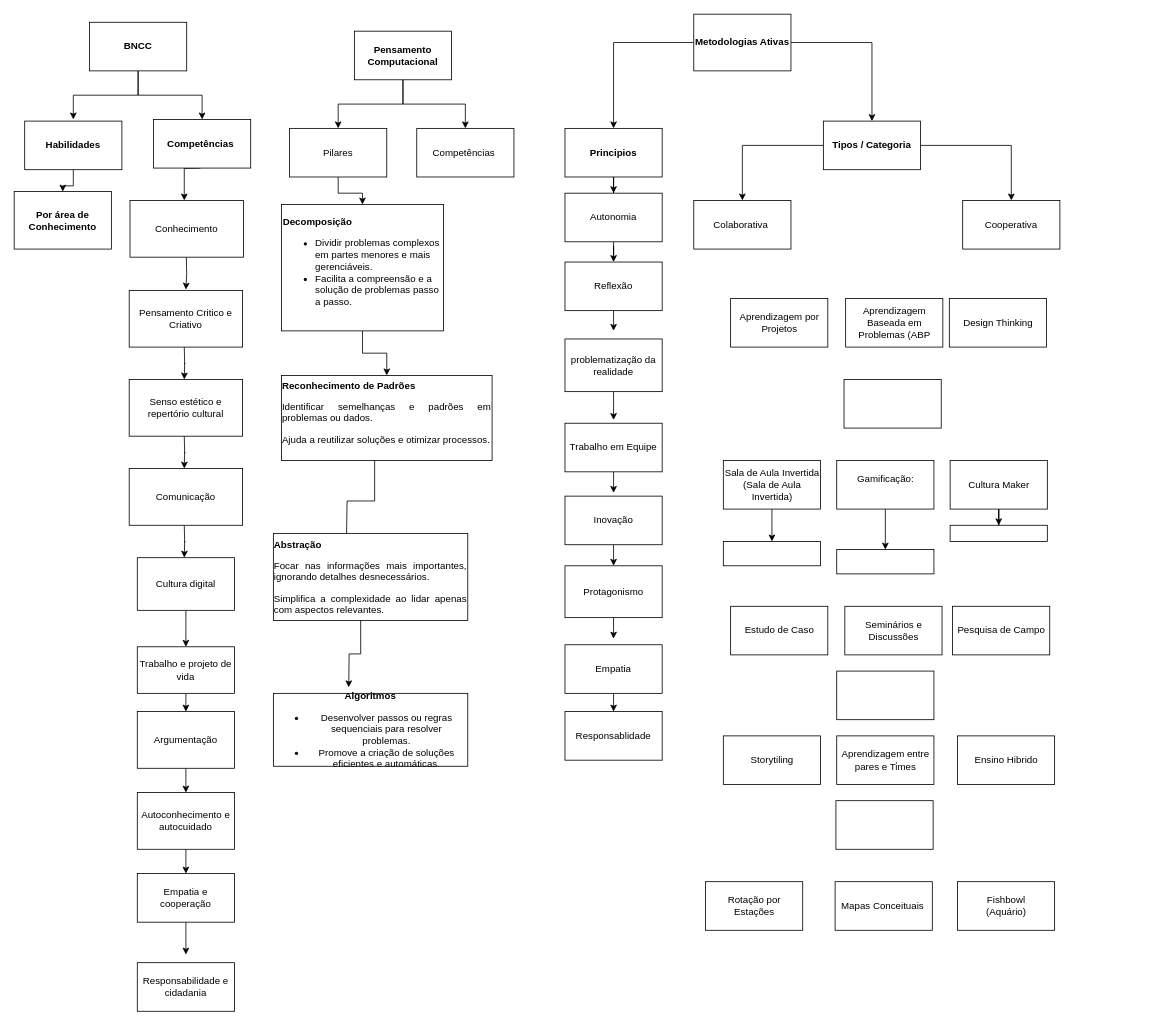
This is page "Página-1" (1 of 2) of Diagrama sem nome.drawio from RosianeSangali/RosianeSangali, a draw.io file, before an edit. Source tidied: cells renumbered, new cells numbered last; positions are measured from the earlier drawing's top-left corner, leaving out a move shared by most shapes. Both pictures are drawn from the tidied source at 81%, with x=0, y=0 at pixel (14, 14).
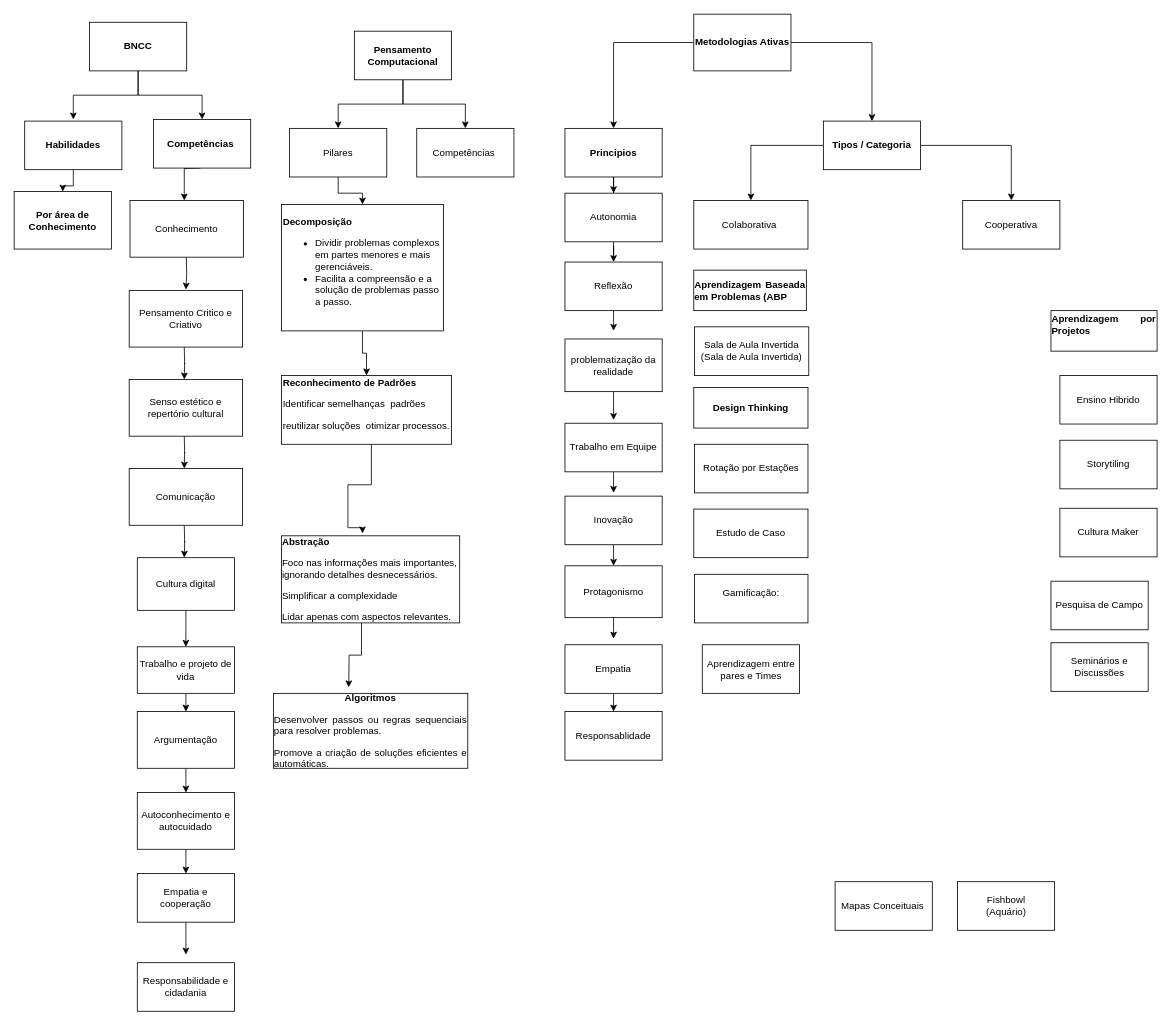
The same diagram, later.

Diff of the diagram source:
```diff
@@
-    <mxCell id="8" value="Aprendizagem Baseada em Problemas (ABP" style="rounded=0;whiteSpace=wrap;html=1;" parent="1" vertex="1">
-      <mxGeometry x="1026.5" y="351" width="120" height="60" as="geometry" />
+    <mxCell id="8" value="&lt;div style=&quot;text-align: justify;&quot;&gt;&lt;b style=&quot;background-color: initial;&quot;&gt;Aprendizagem Baseada em Problemas (ABP&lt;/b&gt;&lt;/div&gt;" style="rounded=0;whiteSpace=wrap;html=1;" parent="1" vertex="1">
+      <mxGeometry x="839" y="316" width="139" height="50" as="geometry" />
     </mxCell>
-    <mxCell id="9" value="Aprendizagem por Projetos" style="rounded=0;whiteSpace=wrap;html=1;" parent="1" vertex="1">
-      <mxGeometry x="884.5" y="351" width="120" height="60" as="geometry" />
+    <mxCell id="9" value="&lt;div style=&quot;text-align: justify;&quot;&gt;&lt;b style=&quot;background-color: initial;&quot;&gt;Aprendizagem por Projetos&lt;/b&gt;&lt;/div&gt;&lt;div style=&quot;text-align: justify;&quot;&gt;&lt;b&gt;&lt;br&gt;&lt;/b&gt;&lt;/div&gt;" style="rounded=0;whiteSpace=wrap;html=1;" parent="1" vertex="1">
+      <mxGeometry x="1280" y="366" width="131" height="50" as="geometry" />
     </mxCell>
-    <mxCell id="10" style="edgeStyle=orthogonalEdgeStyle;rounded=0;jettySize=auto;html=1;" parent="1" edge="1" source="11" target="89">
-      <mxGeometry relative="1" as="geometry">
-        <Array as="points">
-          <mxPoint x="930" y="651" />
-          <mxPoint x="930" y="651" />
-        </Array>
-      </mxGeometry>
-    </mxCell>
     <mxCell id="11" value="Sala de Aula Invertida (Sala de Aula Invertida)" style="rounded=0;whiteSpace=wrap;html=1;" parent="1" vertex="1">
-      <mxGeometry x="875.5" y="551" width="120" height="60" as="geometry" />
+      <mxGeometry x="840" y="386" width="141" height="60" as="geometry" />
     </mxCell>
-    <mxCell id="12" style="edgeStyle=orthogonalEdgeStyle;rounded=0;jettySize=auto;html=1;" parent="1" edge="1" source="13" target="22">
-      <mxGeometry relative="1" as="geometry" />
-    </mxCell>
     <mxCell id="13" value="&#10;Gamificação:&#10;&#10;" style="rounded=0;whiteSpace=wrap;html=1;" parent="1" vertex="1">
-      <mxGeometry x="1015.5" y="551" width="120" height="60" as="geometry" />
+      <mxGeometry x="840" y="691.5" width="140" height="60" as="geometry" />
     </mxCell>
-    <mxCell id="14" value="Design Thinking" style="rounded=0;whiteSpace=wrap;html=1;" parent="1" vertex="1">
-      <mxGeometry x="1154.5" y="351" width="120" height="60" as="geometry" />
+    <mxCell id="14" value="&lt;div style=&quot;text-align: justify;&quot;&gt;&lt;b style=&quot;background-color: initial;&quot;&gt;Design Thinking&lt;/b&gt;&lt;/div&gt;" style="rounded=0;whiteSpace=wrap;html=1;" parent="1" vertex="1">
+      <mxGeometry x="839" y="461" width="141" height="50" as="geometry" />
     </mxCell>
-    <mxCell id="15" style="edgeStyle=orthogonalEdgeStyle;rounded=0;jettySize=auto;html=1;" parent="1" edge="1" source="16" target="90">
-      <mxGeometry relative="1" as="geometry" />
-    </mxCell>
     <mxCell id="16" value="Cultura Maker" style="rounded=0;whiteSpace=wrap;html=1;" parent="1" vertex="1">
-      <mxGeometry x="1155.5" y="551" width="120" height="60" as="geometry" />
+      <mxGeometry x="1291" y="610" width="120" height="60" as="geometry" />
     </mxCell>
@@
-    <mxCell id="20" style="rounded=0;whiteSpace=wrap;html=1;" parent="1" vertex="1">
-      <mxGeometry x="1024.5" y="451" width="120" height="60" as="geometry" />
-    </mxCell>
     <mxCell id="21" value="Estudo de Caso" style="rounded=0;whiteSpace=wrap;html=1;" parent="1" vertex="1">
-      <mxGeometry x="884.5" y="731" width="120" height="60" as="geometry" />
+      <mxGeometry x="839" y="611" width="141" height="60" as="geometry" />
     </mxCell>
-    <mxCell id="22" style="rounded=0;whiteSpace=wrap;html=1;" parent="1" vertex="1">
-      <mxGeometry x="1015.5" y="661" width="120" height="30" as="geometry" />
-    </mxCell>
     <mxCell id="23" value="Seminários e Discussões" style="rounded=0;whiteSpace=wrap;html=1;" parent="1" vertex="1">
-      <mxGeometry x="1025.5" y="731" width="120" height="60" as="geometry" />
+      <mxGeometry x="1280" y="776" width="120" height="60" as="geometry" />
     </mxCell>
     <mxCell id="24" value="Pesquisa de Campo" style="rounded=0;whiteSpace=wrap;html=1;" parent="1" vertex="1">
-      <mxGeometry x="1158.5" y="731" width="120" height="60" as="geometry" />
+      <mxGeometry x="1280" y="700" width="120" height="60" as="geometry" />
     </mxCell>
-    <mxCell id="25" style="rounded=0;whiteSpace=wrap;html=1;" parent="1" vertex="1">
-      <mxGeometry x="1015.5" y="811" width="120" height="60" as="geometry" />
-    </mxCell>
     <mxCell id="26" value="Storytiling" style="rounded=0;whiteSpace=wrap;html=1;" parent="1" vertex="1">
-      <mxGeometry x="875.5" y="891" width="120" height="60" as="geometry" />
+      <mxGeometry x="1291" y="526" width="120" height="60" as="geometry" />
     </mxCell>
     <mxCell id="27" value="Aprendizagem entre pares e Times" style="rounded=0;whiteSpace=wrap;html=1;" parent="1" vertex="1">
-      <mxGeometry x="1015.5" y="891" width="120" height="60" as="geometry" />
+      <mxGeometry x="849.5" y="778.5" width="120" height="60" as="geometry" />
     </mxCell>
     <mxCell id="28" value="Ensino Hibrido" style="rounded=0;whiteSpace=wrap;html=1;" parent="1" vertex="1">
-      <mxGeometry x="1164.5" y="891" width="120" height="60" as="geometry" />
+      <mxGeometry x="1291" y="446" width="120" height="60" as="geometry" />
     </mxCell>
-    <mxCell id="29" style="rounded=0;whiteSpace=wrap;html=1;" parent="1" vertex="1">
-      <mxGeometry x="1014.5" y="971" width="120" height="60" as="geometry" />
-    </mxCell>
     <mxCell id="30" value="Rotação por Estações" style="rounded=0;whiteSpace=wrap;html=1;" parent="1" vertex="1">
-      <mxGeometry x="853.5" y="1071" width="120" height="60" as="geometry" />
+      <mxGeometry x="840" y="531" width="140" height="60" as="geometry" />
     </mxCell>
@@
-    <mxCell id="61" style="edgeStyle=orthogonalEdgeStyle;rounded=0;jettySize=auto;html=1;" parent="1" edge="1" source="62">
+    <mxCell id="61" style="edgeStyle=orthogonalEdgeStyle;rounded=0;orthogonalLoop=1;jettySize=auto;html=1;" parent="1" edge="1">
       <mxGeometry relative="1" as="geometry">
-        <mxPoint x="410" y="666" as="targetPoint" />
+        <mxPoint x="441" y="511" as="sourcePoint" />
+        <mxPoint x="430" y="641" as="targetPoint" />
         <Array as="points">
-          <mxPoint x="445" y="601" />
-          <mxPoint x="411" y="601" />
+          <mxPoint x="441" y="581" />
+          <mxPoint x="412" y="581" />
+          <mxPoint x="412" y="634" />
         </Array>
       </mxGeometry>
     </mxCell>
-    <mxCell id="62" value="&lt;div style=&quot;text-align: justify;&quot;&gt;&lt;br&gt;&lt;/div&gt;&lt;p style=&quot;text-align: justify;&quot;&gt;&lt;strong&gt;Reconhecimento de Padrões&lt;/strong&gt;&lt;/p&gt;&lt;p style=&quot;text-align: justify;&quot;&gt;&lt;span style=&quot;background-color: initial;&quot;&gt;Identificar semelhanças e padrões em problemas ou dados.&lt;/span&gt;&lt;/p&gt;&lt;p style=&quot;text-align: justify;&quot;&gt;&lt;span style=&quot;background-color: initial;&quot;&gt;Ajuda a reutilizar soluções e otimizar processos.&lt;/span&gt;&lt;/p&gt;&lt;div style=&quot;text-align: justify;&quot;&gt;&lt;br&gt;&lt;/div&gt;&lt;div style=&quot;text-align: justify;&quot;&gt;&lt;br&gt;&lt;/div&gt;" style="whiteSpace=wrap;html=1;rounded=0;" parent="1" vertex="1">
-      <mxGeometry x="330" y="446" width="260" height="105" as="geometry" />
+    <mxCell id="62" value="&lt;div style=&quot;text-align: justify;&quot;&gt;&lt;br&gt;&lt;/div&gt;&lt;p style=&quot;text-align: justify;&quot;&gt;&lt;strong&gt;Reconhecimento de Padrões&lt;/strong&gt;&lt;/p&gt;&lt;p style=&quot;text-align: justify;&quot;&gt;&lt;span style=&quot;background-color: initial;&quot;&gt;Identificar semelhanças&amp;nbsp; padrões&amp;nbsp;&lt;/span&gt;&lt;/p&gt;&lt;p style=&quot;text-align: justify;&quot;&gt;&lt;span style=&quot;background-color: initial;&quot;&gt;reutilizar soluções&amp;nbsp; otimizar processos.&lt;/span&gt;&lt;/p&gt;&lt;div style=&quot;text-align: justify;&quot;&gt;&lt;br&gt;&lt;/div&gt;&lt;div style=&quot;text-align: justify;&quot;&gt;&lt;br&gt;&lt;/div&gt;" style="whiteSpace=wrap;html=1;rounded=0;" parent="1" vertex="1">
+      <mxGeometry x="330" y="446" width="210" height="85" as="geometry" />
     </mxCell>
@@
     <mxCell id="73" value="Colaborativa&amp;nbsp;" style="whiteSpace=wrap;html=1;rounded=0;" parent="1" vertex="1">
-      <mxGeometry x="839" y="230" width="120" height="60" as="geometry" />
+      <mxGeometry x="839" y="230" width="141" height="60" as="geometry" />
     </mxCell>
@@
-    <mxCell id="75" value="&lt;div style=&quot;text-align: left;&quot;&gt;&lt;p style=&quot;text-align: justify;&quot;&gt;&lt;strong&gt;Abstração&lt;/strong&gt;&lt;/p&gt;&lt;p style=&quot;text-align: justify;&quot;&gt;&lt;span style=&quot;background-color: initial;&quot;&gt;Focar nas informações mais importantes, ignorando detalhes desnecessários.&lt;/span&gt;&lt;/p&gt;&lt;p style=&quot;text-align: justify;&quot;&gt;&lt;span style=&quot;background-color: initial;&quot;&gt;Simplifica a complexidade ao lidar apenas com aspectos relevantes.&lt;/span&gt;&lt;/p&gt;&lt;/div&gt;" style="whiteSpace=wrap;html=1;rounded=0;" parent="1" vertex="1">
-      <mxGeometry x="320" y="641" width="240" height="107.5" as="geometry" />
+    <mxCell id="75" value="&lt;div style=&quot;text-align: left;&quot;&gt;&lt;p&gt;&lt;strong&gt;Abstração&lt;/strong&gt;&lt;/p&gt;&lt;p&gt;&lt;span style=&quot;background-color: initial;&quot;&gt;Foco nas informações mais importantes, ignorando detalhes desnecessários.&lt;/span&gt;&lt;/p&gt;&lt;p&gt;&lt;span style=&quot;background-color: initial;&quot;&gt;Simplificar a complexidade&amp;nbsp;&lt;/span&gt;&lt;/p&gt;&lt;p&gt;&lt;span style=&quot;background-color: initial;&quot;&gt;Lidar apenas com aspectos relevantes.&lt;/span&gt;&lt;/p&gt;&lt;/div&gt;" style="whiteSpace=wrap;html=1;rounded=0;" parent="1" vertex="1">
+      <mxGeometry x="330" y="644" width="220" height="107.5" as="geometry" />
     </mxCell>
-    <mxCell id="76" value="&lt;p&gt;&lt;strong&gt;Algoritmos&lt;/strong&gt;&lt;/p&gt;&lt;ul&gt;&lt;li&gt;Desenvolver passos ou regras sequenciais para resolver problemas.&lt;/li&gt;&lt;li&gt;Promove a criação de soluções eficientes e automáticas.&lt;/li&gt;&lt;/ul&gt;" style="whiteSpace=wrap;html=1;rounded=0;" parent="1" vertex="1">
-      <mxGeometry x="320" y="838.5" width="240" height="90" as="geometry" />
+    <mxCell id="76" value="&lt;p&gt;&lt;strong&gt;Algoritmos&lt;/strong&gt;&lt;/p&gt;&lt;p style=&quot;text-align: justify;&quot;&gt;&lt;span style=&quot;background-color: initial;&quot;&gt;Desenvolver passos ou regras sequenciais para resolver problemas.&lt;/span&gt;&lt;/p&gt;&lt;p style=&quot;text-align: justify;&quot;&gt;&lt;span style=&quot;background-color: initial;&quot;&gt;Promove a criação de soluções eficientes e automáticas.&lt;/span&gt;&lt;/p&gt;" style="whiteSpace=wrap;html=1;rounded=0;" parent="1" vertex="1">
+      <mxGeometry x="320" y="838.5" width="240" height="92.5" as="geometry" />
     </mxCell>
@@
-    <mxCell id="89" style="whiteSpace=wrap;html=1;rounded=0;" parent="1" vertex="1">
-      <mxGeometry x="875.5" y="651" width="120" height="30" as="geometry" />
-    </mxCell>
-    <mxCell id="90" style="whiteSpace=wrap;html=1;rounded=0;" parent="1" vertex="1">
-      <mxGeometry x="1155.5" y="631" width="120" height="20" as="geometry" />
-    </mxCell>
```
